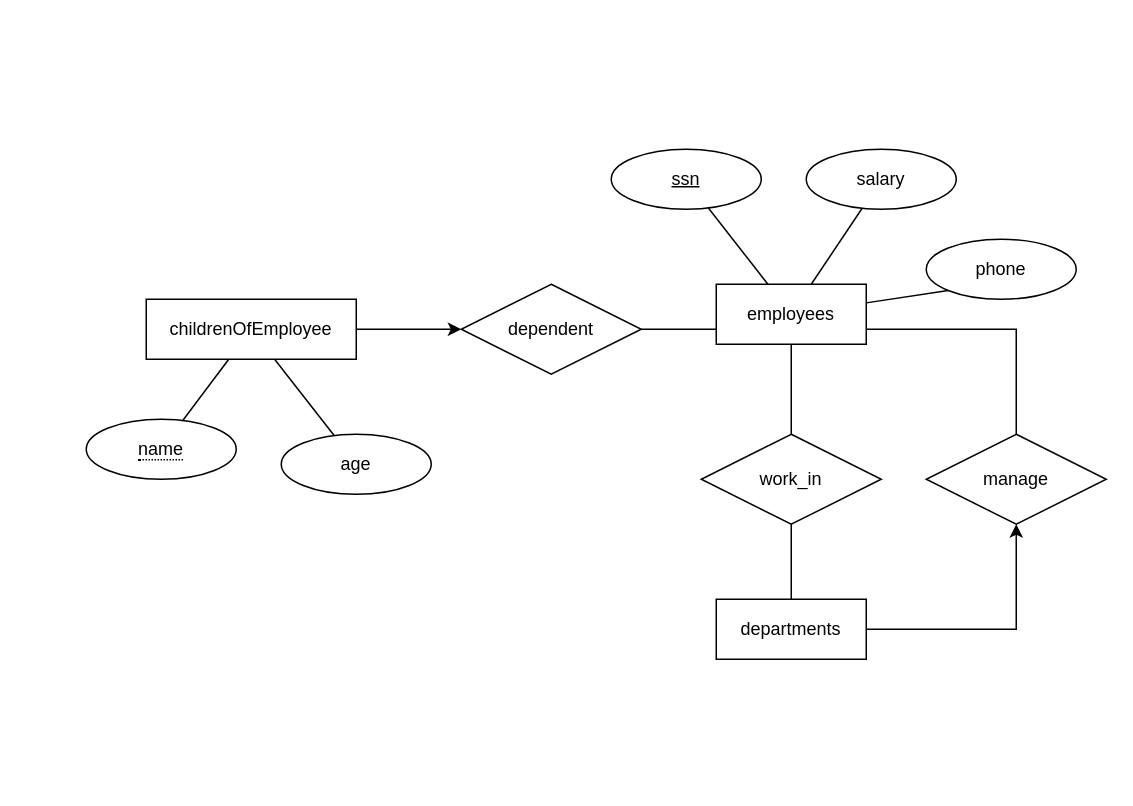
Above: page "Exercise1" (1 of 2) of Untitled Diagram.drawio in duc98a10k11/BSQL_Assignment101_DucLM28-sql (draw.io), before the change. Source tidied: cells renumbered, new cells numbered last; positions are measured from the earlier drawing's top-left corner, leaving out a move shared by most shapes. Both pictures are drawn from the tidied source at 150%, with x=0, y=0 at pixel (86, 148).
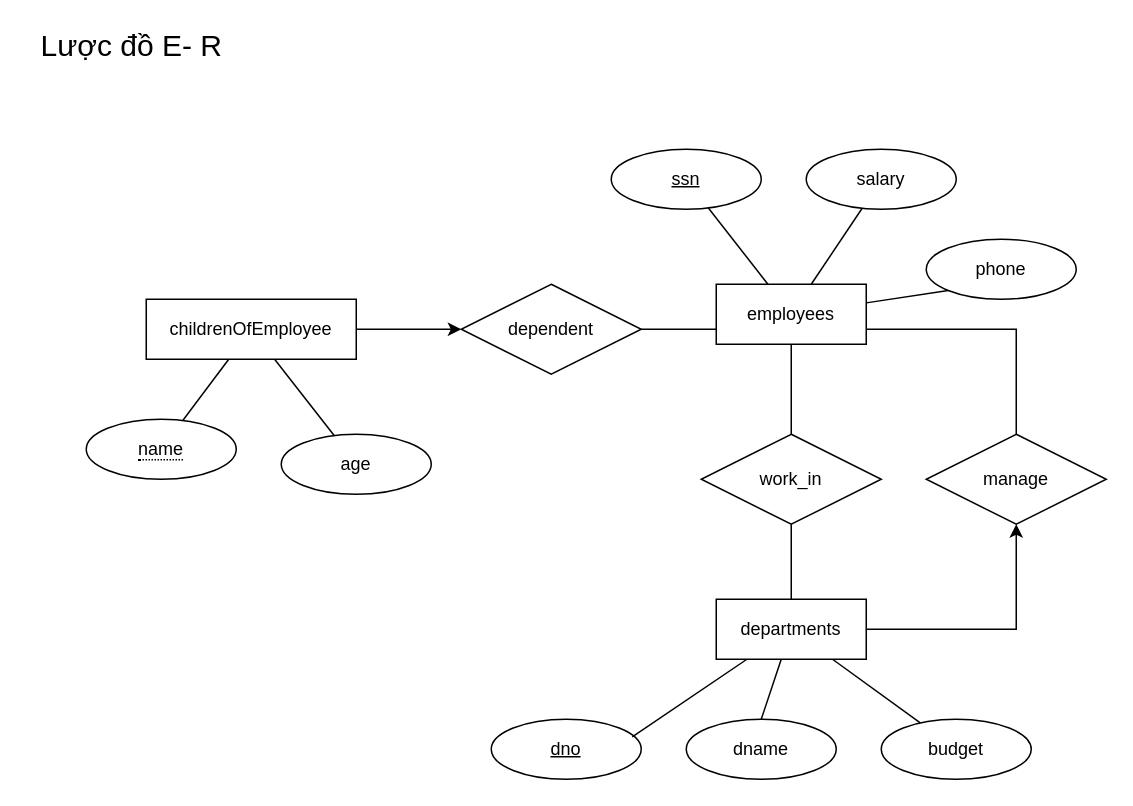
The same page after the edit.

Unchanged cells that the change refers to:
```xml
<mxCell id="4" value="departments" style="whiteSpace=wrap;html=1;align=center;" parent="1" vertex="1">
  <mxGeometry x="420" y="300" width="100" height="40" as="geometry" />
</mxCell>
```

Diff of the diagram source:
```diff
@@
+    <mxCell id="24" value="&lt;font style=&quot;font-size: 20px&quot;&gt;Lược đồ E- R&lt;/font&gt;" style="text;html=1;align=center;verticalAlign=middle;strokeColor=none;" parent="1" vertex="1">
+      <mxGeometry x="-40" y="-80" width="140" height="20" as="geometry" />
+    </mxCell>
+    <mxCell id="25" value="dno" style="ellipse;whiteSpace=wrap;html=1;align=center;fontStyle=4;" parent="1" vertex="1">
+      <mxGeometry x="270" y="380" width="100" height="40" as="geometry" />
+    </mxCell>
+    <mxCell id="26" value="dname" style="ellipse;whiteSpace=wrap;html=1;align=center;" parent="1" vertex="1">
+      <mxGeometry x="400" y="380" width="100" height="40" as="geometry" />
+    </mxCell>
+    <mxCell id="27" value="budget" style="ellipse;whiteSpace=wrap;html=1;align=center;" parent="1" vertex="1">
+      <mxGeometry x="530" y="380" width="100" height="40" as="geometry" />
+    </mxCell>
+    <mxCell id="28" style="endArrow=none;html=1;rounded=0;exitX=0.5;exitY=0;exitDx=0;exitDy=0;" parent="1" edge="1" source="26" target="4">
+      <mxGeometry relative="1" as="geometry" />
+    </mxCell>
+    <mxCell id="29" style="endArrow=none;html=1;rounded=0;exitX=0.94;exitY=0.295;exitDx=0;exitDy=0;exitPerimeter=0;" parent="1" edge="1" source="25" target="4">
+      <mxGeometry relative="1" as="geometry" />
+    </mxCell>
+    <mxCell id="30" style="endArrow=none;html=1;rounded=0;" parent="1" edge="1" source="27" target="4">
+      <mxGeometry relative="1" as="geometry" />
+    </mxCell>
```
